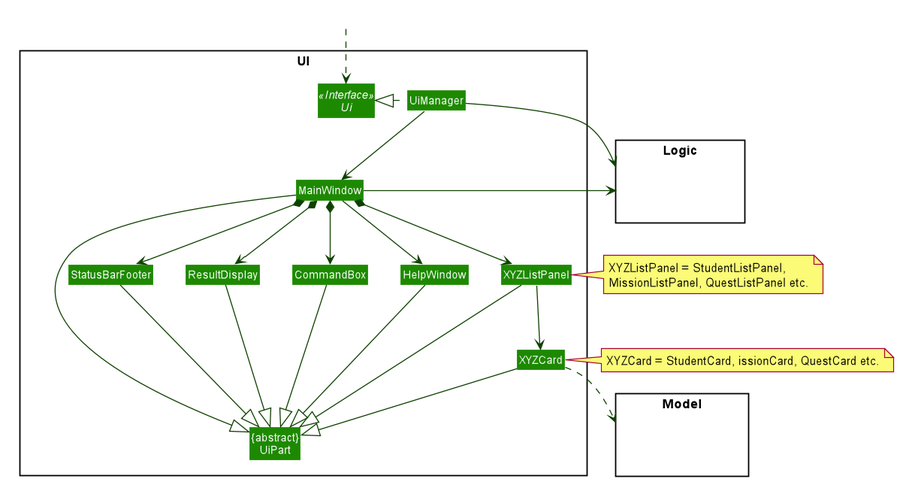
This is docs/images/UiClassDiagram.png from wireseo/tp, a PlantUML export, as it was before one commit. Source of this version:
```plantuml
@startuml









skinparam BackgroundColor #FFFFFFF

skinparam Shadowing false

skinparam Class {
    FontColor #FFFFFF
    BorderThickness 1
    BorderColor #FFFFFF
    StereotypeFontColor #FFFFFF
    FontName Arial
}

skinparam Actor {
    BorderColor #000000
    Color #000000
    FontName Arial
}

skinparam Sequence {
    MessageAlign center
    BoxFontSize 15
    BoxPadding 0
    BoxFontColor #FFFFFF
    FontName Arial
}

skinparam Participant {
    FontColor #FFFFFFF
    Padding 20
}

skinparam MinClassWidth 50
skinparam ParticipantPadding 10
skinparam Shadowing false
skinparam DefaultTextAlignment center
skinparam packageStyle Rectangle

hide footbox
hide members
hide circle
skinparam arrowThickness 1.1
skinparam arrowColor #0E4100
skinparam classBackgroundColor #1D8900

package UI <<Rectangle>>{
Interface Ui <<Interface>>
Class "{abstract}\nUiPart" as UiPart
Class UiManager
Class MainWindow
Class HelpWindow
Class ResultDisplay
Class XYZListPanel
Class XYZCard
Class StatusBarFooter
Class CommandBox
}

package Model <<Rectangle>> {
Class HiddenModel #FFFFFF
}

package Logic <<Rectangle>> {
Class HiddenLogic #FFFFFF
}

Class HiddenOutside #FFFFFF
HiddenOutside ..> Ui

UiManager .left.|> Ui
UiManager -down-> MainWindow
MainWindow --> HelpWindow
MainWindow *-down-> CommandBox
MainWindow *-down-> ResultDisplay
MainWindow *-down-> XYZListPanel
MainWindow *-down-> StatusBarFooter

XYZListPanel -down-> XYZCard

MainWindow -left-|> UiPart

ResultDisplay --|> UiPart
CommandBox --|> UiPart
XYZListPanel --|> UiPart
note right of XYZListPanel: XYZListPanel = StudentListPanel, \nMissionListPanel, QuestListPanel etc.
XYZCard --|> UiPart
note right of XYZCard: XYZCard = StudentCard, \MissionCard, QuestCard etc.
StatusBarFooter --|> UiPart
HelpWindow -down-|> UiPart

XYZCard ..> Model
UiManager -right-> Logic
MainWindow -left-> Logic

XYZListPanel -[hidden]left- HelpWindow
HelpWindow -[hidden]left- CommandBox
CommandBox -[hidden]left- ResultDisplay
ResultDisplay -[hidden]left- StatusBarFooter

MainWindow -[hidden]-|> UiPart
@enduml
```
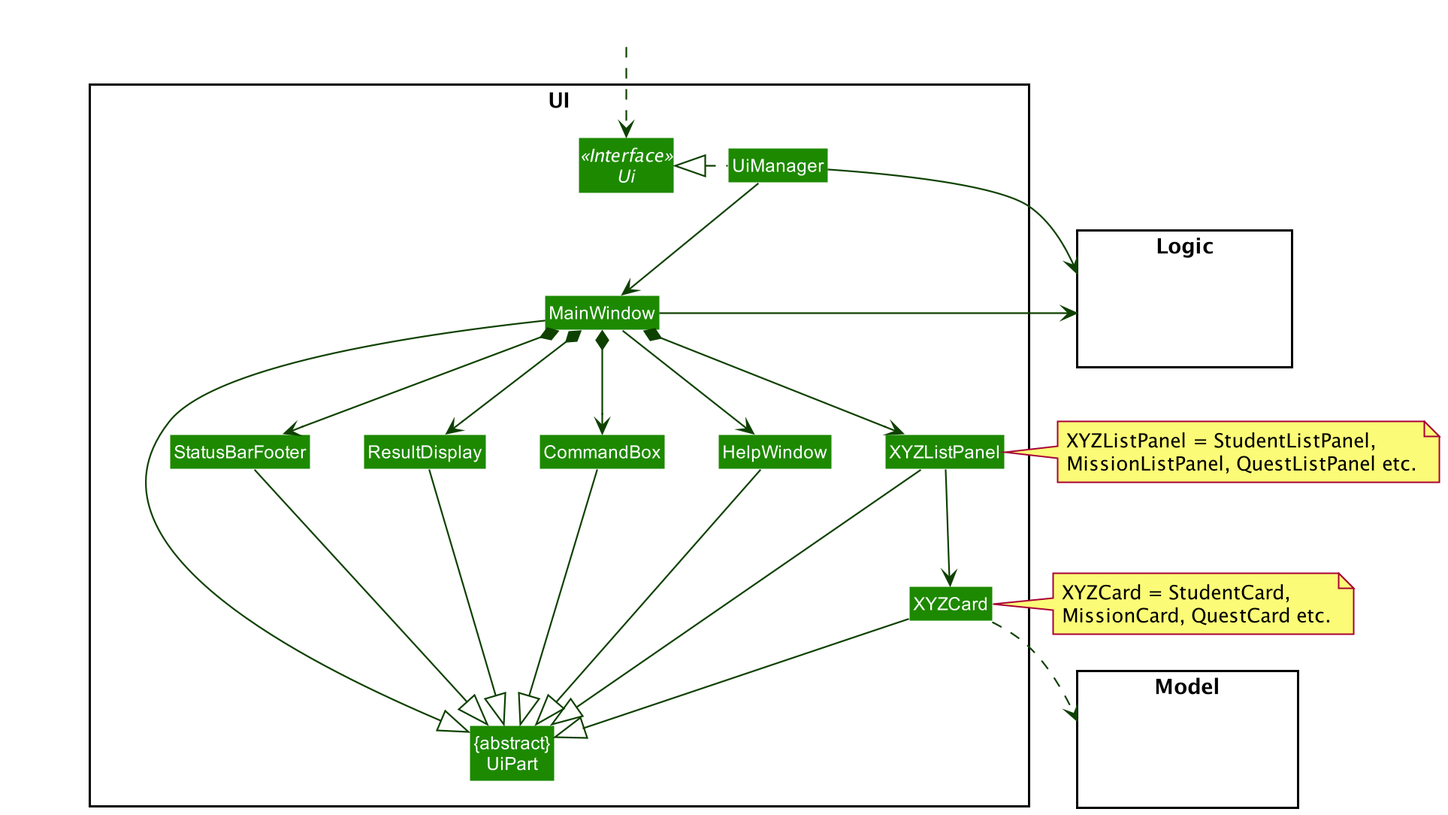
After the commit.

What changed in the source:
```diff
@@ -1,56 +1,8 @@
 @startuml
-
-
-
-
-
-
-
-
-
-skinparam BackgroundColor #FFFFFFF
-
-skinparam Shadowing false
-
-skinparam Class {
-    FontColor #FFFFFF
-    BorderThickness 1
-    BorderColor #FFFFFF
-    StereotypeFontColor #FFFFFF
-    FontName Arial
-}
-
-skinparam Actor {
-    BorderColor #000000
-    Color #000000
-    FontName Arial
-}
-
-skinparam Sequence {
-    MessageAlign center
-    BoxFontSize 15
-    BoxPadding 0
-    BoxFontColor #FFFFFF
-    FontName Arial
-}
-
-skinparam Participant {
-    FontColor #FFFFFFF
-    Padding 20
-}
-
-skinparam MinClassWidth 50
-skinparam ParticipantPadding 10
-skinparam Shadowing false
-skinparam DefaultTextAlignment center
-skinparam packageStyle Rectangle
-
-hide footbox
-hide members
-hide circle
+!include style.puml
 skinparam arrowThickness 1.1
-skinparam arrowColor #0E4100
-skinparam classBackgroundColor #1D8900
+skinparam arrowColor UI_COLOR_T4
+skinparam classBackgroundColor UI_COLOR
 
 package UI <<Rectangle>>{
 Interface Ui <<Interface>>
@@ -93,7 +45,7 @@
 XYZListPanel --|> UiPart
 note right of XYZListPanel: XYZListPanel = StudentListPanel, \nMissionListPanel, QuestListPanel etc.
 XYZCard --|> UiPart
-note right of XYZCard: XYZCard = StudentCard, \MissionCard, QuestCard etc.
+note right of XYZCard: XYZCard = StudentCard, \nMissionCard, QuestCard etc.
 StatusBarFooter --|> UiPart
 HelpWindow -down-|> UiPart
 
```
